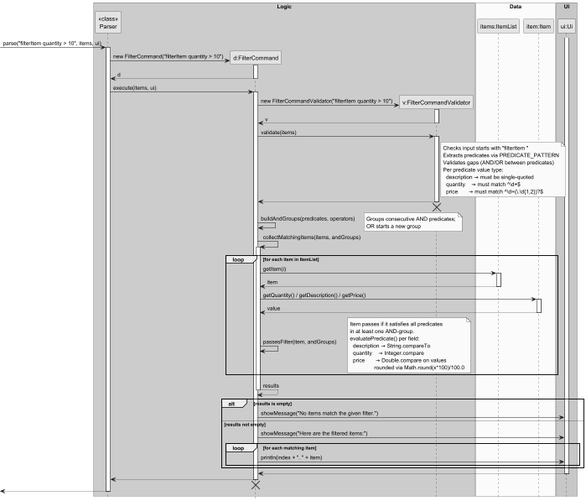
Above: docs/diagrams/FilterCommandSequenceDiagram.png in fmohamedfaras/tp (PlantUML), before the change. The source it was exported from:
```plantuml
@startuml
skinparam monochrome true
skinparam shadowing false
hide footbox

box "Logic" #LightBlue
participant "<<class>>\nParser" as Parser
participant "d:FilterCommand" as FilterCommand
participant "v:FilterCommandValidator" as FilterCommandValidator
end box

box "Data" #LightYellow
participant "items:ItemList" as ItemList
participant "item:Item" as Item
end box

box "UI" #LightGreen
participant "ui:Ui" as Ui
end box

-> Parser : parse("filterItem quantity > 10", items, ui)
activate Parser

create FilterCommand
Parser -> FilterCommand : new FilterCommand("filterItem quantity > 10")
activate FilterCommand
FilterCommand --> Parser : d
deactivate FilterCommand

Parser -> FilterCommand : execute(items, ui)
activate FilterCommand

create FilterCommandValidator
FilterCommand -> FilterCommandValidator : new FilterCommandValidator("filterItem quantity > 10")
activate FilterCommandValidator
FilterCommandValidator --> FilterCommand : v
deactivate FilterCommandValidator

FilterCommand -> FilterCommandValidator : validate(items)
activate FilterCommandValidator
note right of FilterCommandValidator
  Checks input starts with "filterItem "
  Extracts predicates via PREDICATE_PATTERN
  Validates gaps (AND/OR between predicates)
  Per predicate value type:
    description → must be single-quoted
    quantity    → must match ^\d+$
    price       → must match ^\d+(\.\d{1,2})?$
end note
FilterCommandValidator --> FilterCommand
deactivate FilterCommandValidator
FilterCommandValidator -[hidden]-> FilterCommand
destroy FilterCommandValidator

FilterCommand -> FilterCommand : buildAndGroups(predicates, operators)
note right : Groups consecutive AND predicates;\nOR starts a new group

FilterCommand -> FilterCommand : collectMatchingItems(items, andGroups)
activate FilterCommand

loop for each item in ItemList
    FilterCommand -> ItemList : getItem(i)
    activate ItemList
    ItemList --> FilterCommand : item
    deactivate ItemList

    FilterCommand -> Item : getQuantity() / getDescription() / getPrice()
    activate Item
    Item --> FilterCommand : value
    deactivate Item

    FilterCommand -> FilterCommand : passesFilter(item, andGroups)
    note right
      Item passes if it satisfies all predicates
      in at least one AND-group.
      evaluatePredicate() per field:
        description → String.compareTo
        quantity    → Integer.compare
        price       → Double.compare on values
                      rounded via Math.round(x*100)/100.0
    end note
end

FilterCommand --> FilterCommand : results
deactivate FilterCommand

alt results is empty
    FilterCommand -> Ui : showMessage("No items match the given filter.")
else results not empty
    FilterCommand -> Ui : showMessage("Here are the filtered items:")
    loop for each matching item
        FilterCommand -> Ui : println(index + ". " + item)
    end
end

activate Ui
Ui --> FilterCommand
deactivate Ui

FilterCommand --> Parser
deactivate FilterCommand
FilterCommand -[hidden]-> Parser
destroy FilterCommand

<-- Parser
deactivate Parser

@enduml
```
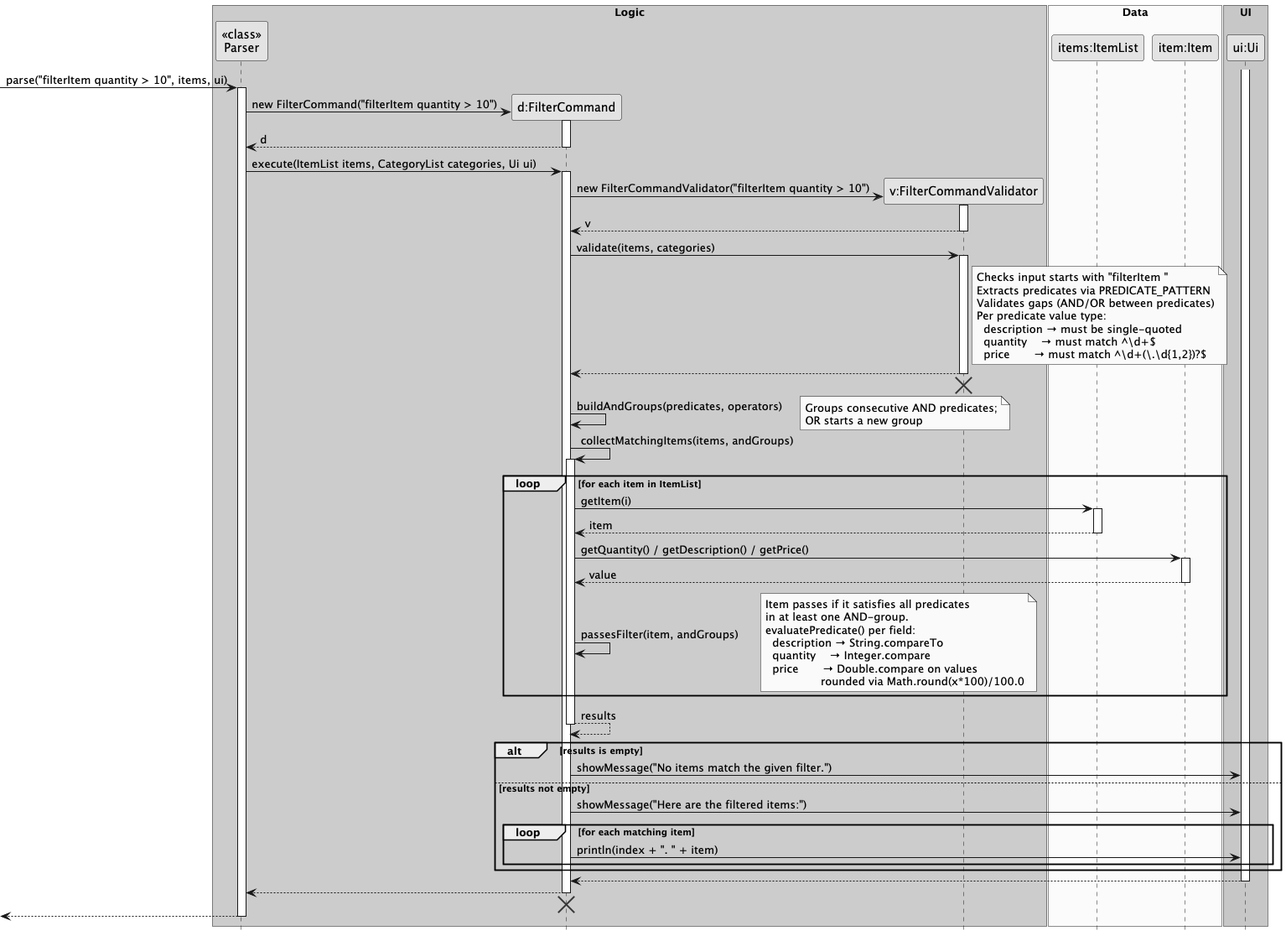
After the change.

The edit, as a diff of the source:
```diff
@@ -27,7 +27,7 @@
 FilterCommand --> Parser : d
 deactivate FilterCommand
 
-Parser -> FilterCommand : execute(items, ui)
+Parser -> FilterCommand : execute(ItemList items, CategoryList categories, Ui ui)
 activate FilterCommand
 
 create FilterCommandValidator
@@ -36,7 +36,7 @@
 FilterCommandValidator --> FilterCommand : v
 deactivate FilterCommandValidator
 
-FilterCommand -> FilterCommandValidator : validate(items)
+FilterCommand -> FilterCommandValidator : validate(items, categories)
 activate FilterCommandValidator
 note right of FilterCommandValidator
   Checks input starts with "filterItem "
```
